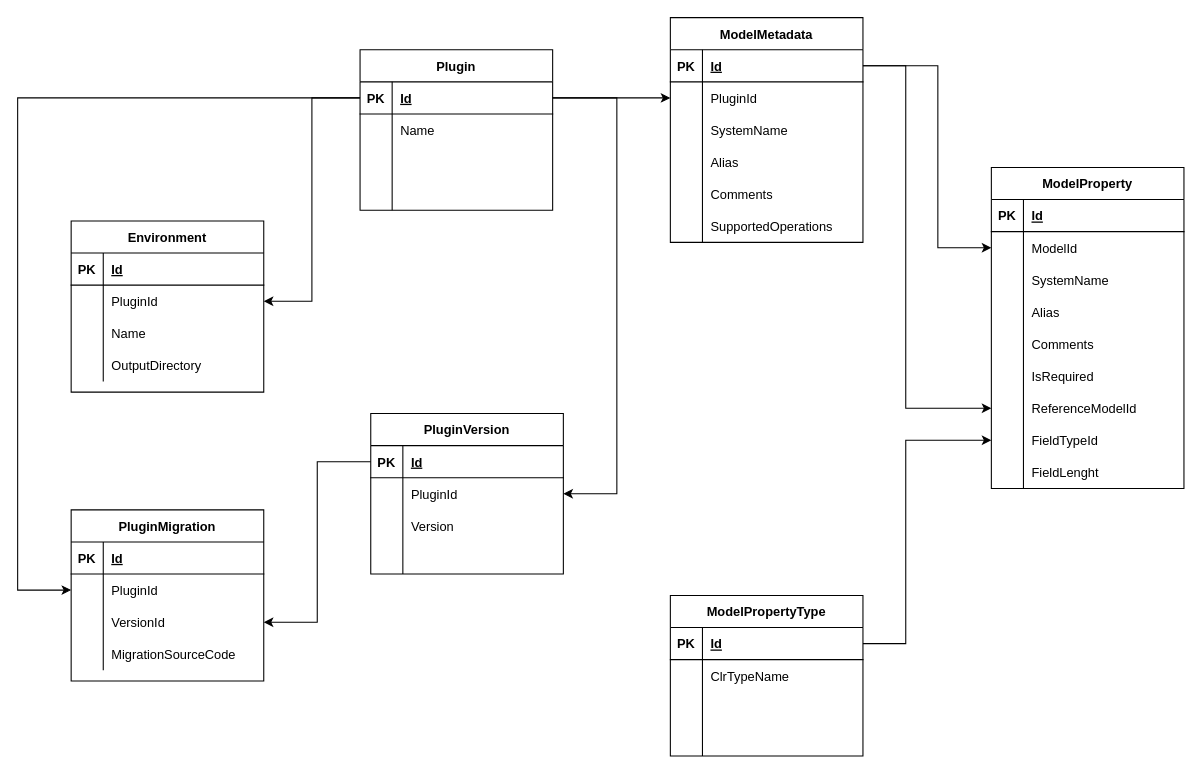
The draw.io diagram page "MetadataDB" (1 of 3) of ModelConstructor.drawio in aaf1974/ProjectDiagram, before the edit. Source tidied: cells renumbered, new cells numbered last; positions are measured from the earlier drawing's top-left corner, leaving out a move shared by most shapes. Both pictures are drawn from the tidied source at 107%, with x=0, y=0 at pixel (17, 17).
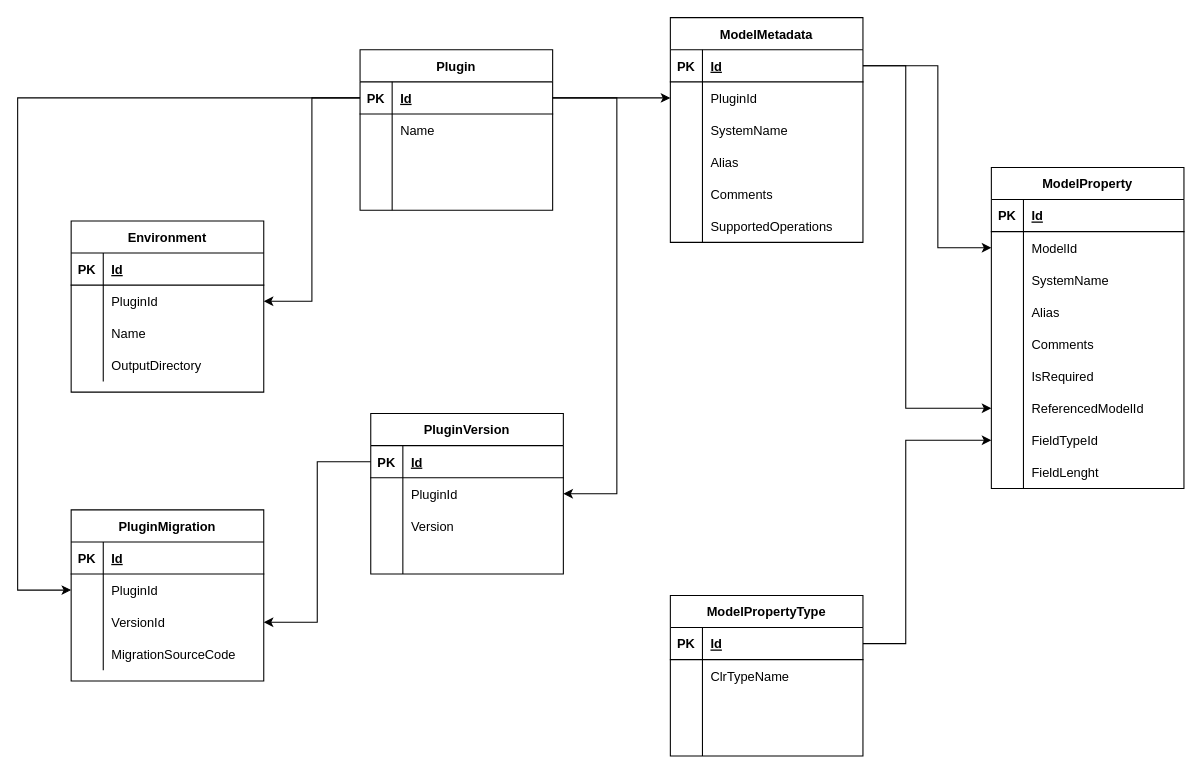
The same page after the edit.

The change refers to these unchanged cells:
```xml
<mxCell id="69" style="shape=tableRow;horizontal=0;startSize=0;swimlaneHead=0;swimlaneBody=0;fillColor=none;points=[[0,0.5],[1,0.5]];portConstraint=eastwest;top=0;left=0;right=0;bottom=0;" parent="50" vertex="1">
  <mxGeometry y="210" width="180" height="30" as="geometry" />
</mxCell>
```

The edit, as a diff of the source:
```diff
@@
-    <mxCell id="71" value="ReferenceModelId" style="shape=partialRectangle;fillColor=none;top=0;left=0;bottom=0;right=0;align=left;spacingLeft=6;overflow=hidden;" parent="69" vertex="1">
+    <mxCell id="71" value="ReferencedModelId" style="shape=partialRectangle;fillColor=none;top=0;left=0;bottom=0;right=0;align=left;spacingLeft=6;overflow=hidden;" parent="69" vertex="1">
       <mxGeometry x="30" width="150" height="30" as="geometry" />
     </mxCell>
```
